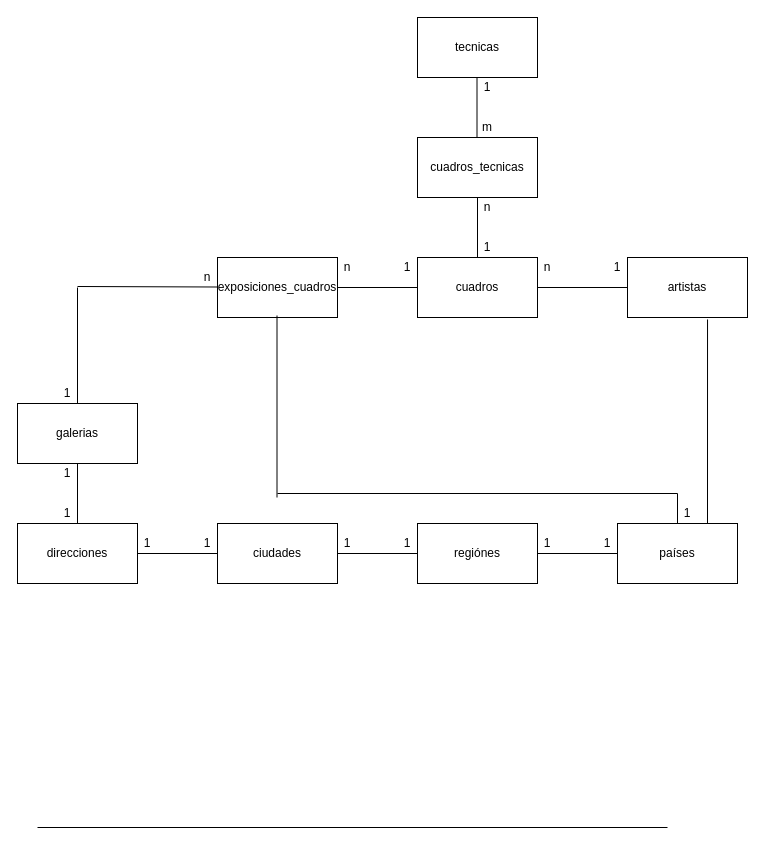
Above: diagramas/Cuadros.drawio in carpenaloza/basic_repo (draw.io), before the change. Source tidied: cells renumbered, new cells numbered last; positions are measured from the earlier drawing's top-left corner, leaving out a move shared by most shapes. Both pictures are drawn from the tidied source at 100%, with x=0, y=0 at pixel (17, 17).
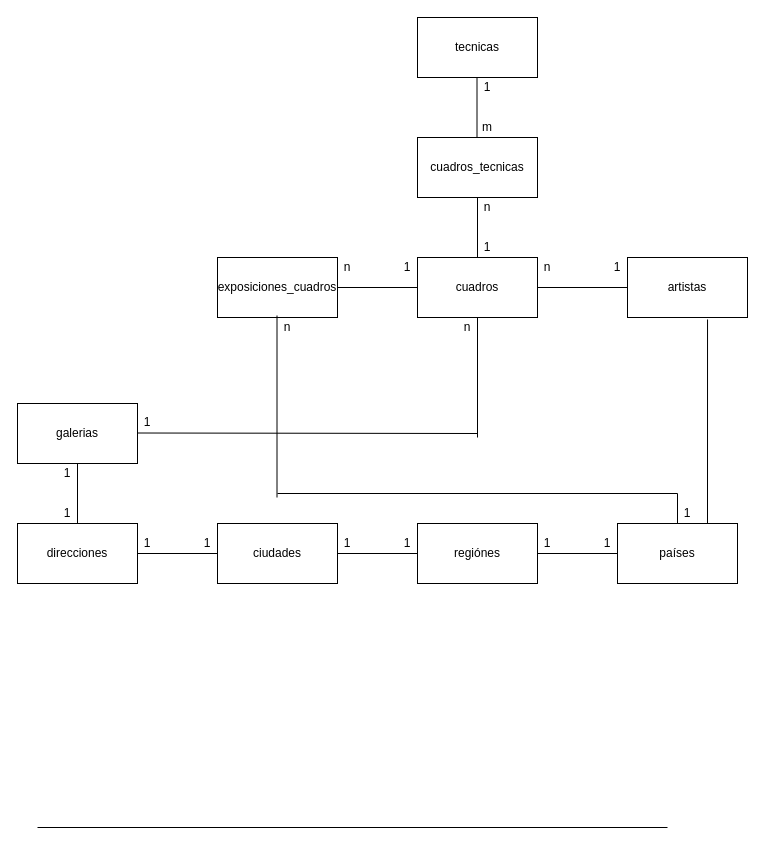
After the change.

The change refers to these unchanged cells:
```xml
<mxCell id="2" value="cuadros" style="rounded=0;whiteSpace=wrap;html=1;" parent="1" vertex="1">
  <mxGeometry x="400" y="240" width="120" height="60" as="geometry" />
</mxCell>
```

Diff of the diagram source:
```diff
@@
-    <mxCell id="21" style="endArrow=none;html=1;exitX=0.75;exitY=1;exitDx=0;exitDy=0;" parent="1" edge="1" source="23">
+    <mxCell id="21" style="endArrow=none;html=1;entryX=0.5;entryY=1;entryDx=0;entryDy=0;" parent="1" edge="1" target="2">
       <mxGeometry relative="1" as="geometry">
-        <mxPoint x="60" y="270" as="targetPoint" />
+        <mxPoint x="460" y="420" as="sourcePoint" />
       </mxGeometry>
     </mxCell>
     <mxCell id="22" value="n" style="text;html=1;strokeColor=none;fillColor=none;align=center;verticalAlign=middle;whiteSpace=wrap;rounded=0;" parent="1" vertex="1">
-      <mxGeometry x="170" y="250" width="40" height="20" as="geometry" />
+      <mxGeometry x="430" y="300" width="40" height="20" as="geometry" />
     </mxCell>
     <mxCell id="23" value="1" style="text;html=1;strokeColor=none;fillColor=none;align=center;verticalAlign=middle;whiteSpace=wrap;rounded=0;" parent="1" vertex="1">
-      <mxGeometry x="30" y="366" width="40" height="20" as="geometry" />
+      <mxGeometry x="110" y="395" width="40" height="20" as="geometry" />
     </mxCell>
@@
-    <mxCell id="37" style="endArrow=none;html=1;entryX=0;entryY=0.5;entryDx=0;entryDy=0;" parent="1" edge="1">
+    <mxCell id="37" style="endArrow=none;html=1;" parent="1" edge="1">
       <mxGeometry relative="1" as="geometry">
-        <mxPoint x="60" y="269" as="sourcePoint" />
-        <mxPoint x="200" y="269.5" as="targetPoint" />
+        <mxPoint x="120" y="415.5" as="sourcePoint" />
+        <mxPoint x="460" y="416" as="targetPoint" />
       </mxGeometry>
     </mxCell>
@@
+    <mxCell id="46" value="n" style="text;html=1;strokeColor=none;fillColor=none;align=center;verticalAlign=middle;whiteSpace=wrap;rounded=0;" parent="1" vertex="1">
+      <mxGeometry x="250" y="300" width="40" height="20" as="geometry" />
+    </mxCell>
```
